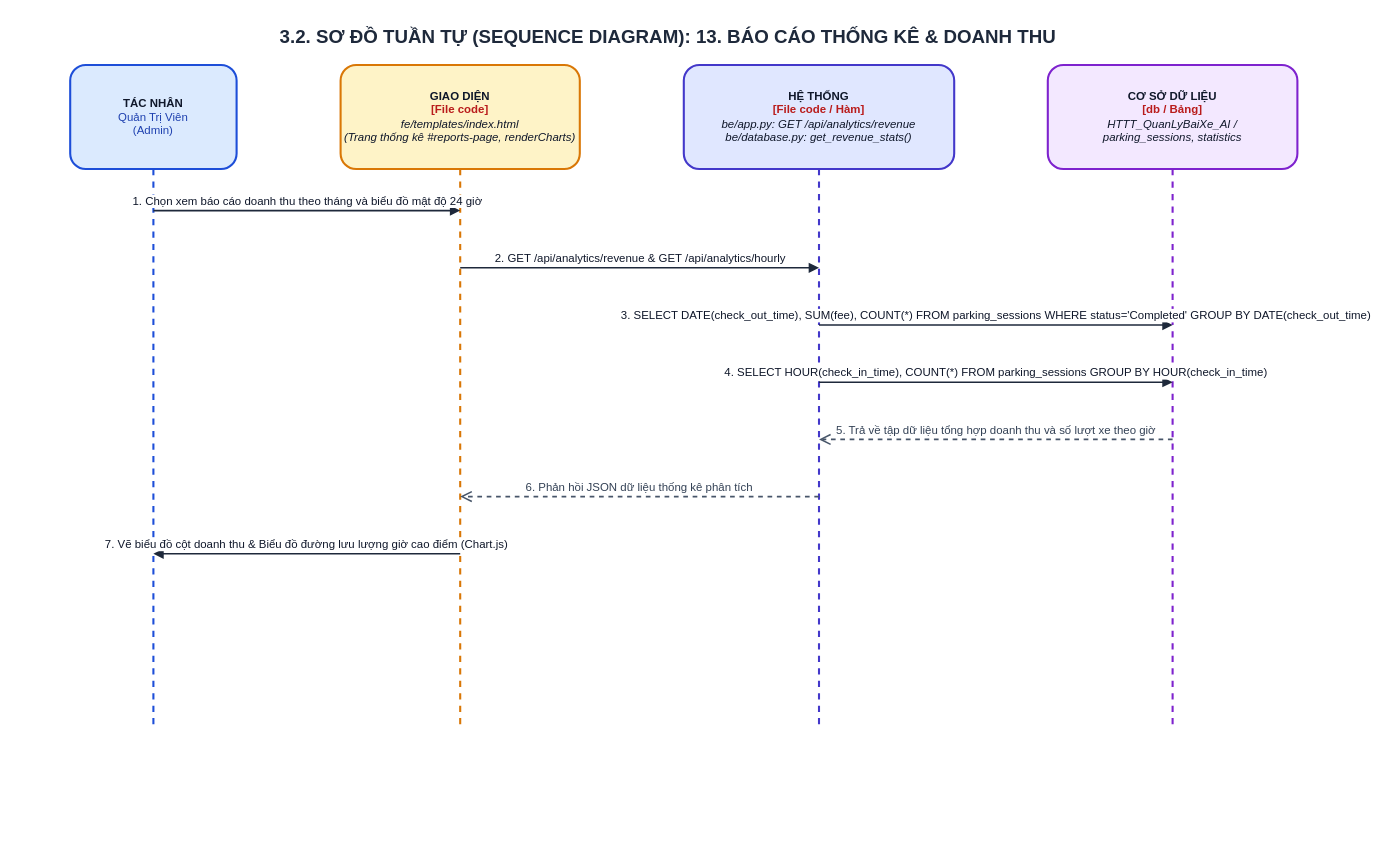
Truong027/CNPM24 keeps this draw.io diagram as ongthanquoctruong_24CT2_cnpm/docs/drawio/uc13_admin_analytics.drawio. Above is the earlier version. Source tidied: cells renumbered, new cells numbered last; positions are measured from the earlier drawing's top-left corner, leaving out a move shared by most shapes. Both pictures are drawn from the tidied source at 104%, with x=0, y=0 at pixel (18, 18).
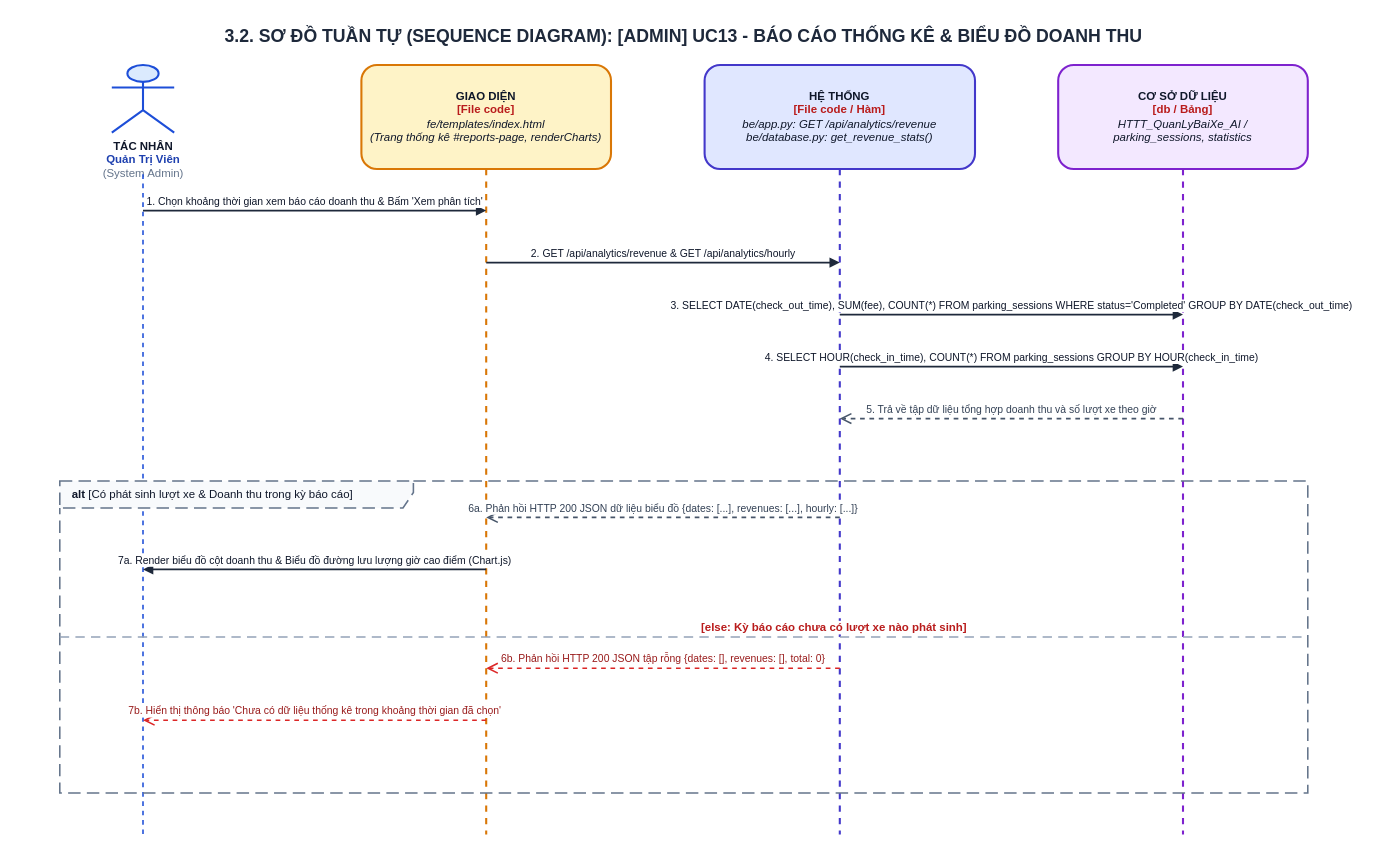
The same diagram, later.

The edit, as a diff of the source:
```diff
@@
-    <mxCell id="2" value="&lt;b&gt;3.2. SƠ ĐỒ TUẦN TỰ (SEQUENCE DIAGRAM): 13. BÁO CÁO THỐNG KÊ &amp; DOANH THU&lt;/b&gt;" style="text;html=1;strokeColor=none;fillColor=none;align=center;verticalAlign=middle;whiteSpace=wrap;rounded=0;fontSize=18;fontColor=#1E293B;fontStyle=1;" parent="1" vertex="1">
-      <mxGeometry width="1250" height="35" as="geometry" />
+    <mxCell id="2" value="&lt;b&gt;3.2. SƠ ĐỒ TUẦN TỰ (SEQUENCE DIAGRAM): [ADMIN] UC13 - BÁO CÁO THỐNG KÊ &amp; BIỂU ĐỒ DOANH THU&lt;/b&gt;" style="text;html=1;strokeColor=none;fillColor=none;align=center;verticalAlign=middle;whiteSpace=wrap;rounded=0;fontSize=17;fontColor=#1E293B;fontStyle=1;" parent="1" vertex="1">
+      <mxGeometry width="1280" height="35" as="geometry" />
     </mxCell>
+    <mxCell id="14" value="&lt;b&gt;TÁC NHÂN&lt;/b&gt;&lt;br/&gt;&lt;font color='#1E40AF'&gt;&lt;b&gt;Quản Trị Viên&lt;/b&gt;&lt;/font&gt;&lt;br/&gt;&lt;font color='#64748B'&gt;(System Admin)&lt;/font&gt;" style="shape=umlActor;verticalLabelPosition=bottom;verticalAlign=top;html=1;fillColor=#DBEAFE;strokeColor=#1D4ED8;strokeWidth=2;fontSize=11;fontColor=#0F172A;align=center;" parent="1" vertex="1">
+      <mxGeometry x="90" y="45" width="60" height="65" as="geometry" />
+    </mxCell>
-    <mxCell id="3" value="&lt;b&gt;TÁC NHÂN&lt;/b&gt;&lt;br/&gt;&lt;font color='#1E40AF'&gt;Quản Trị Viên&lt;br/&gt;(Admin)&lt;/font&gt;" style="shape=umlLifeline;perimeter=lifelinePerimeter;whiteSpace=wrap;html=1;size=100;fillColor=#DBEAFE;strokeColor=#1D4ED8;strokeWidth=2;fontColor=#0F172A;rounded=1;shadow=0;fontSize=11;align=center;" parent="1" vertex="1">
-      <mxGeometry x="50" y="45" width="160" height="640" as="geometry" />
+    <mxCell id="3" style="endArrow=none;dashed=1;html=1;strokeWidth=1.5;strokeColor=#1D4ED8;" parent="1" edge="1">
+      <mxGeometry relative="1" as="geometry">
+        <mxPoint x="120" y="150" as="sourcePoint" />
+        <mxPoint x="120" y="785" as="targetPoint" />
+      </mxGeometry>
     </mxCell>
     <mxCell id="4" value="&lt;b&gt;GIAO DIỆN&lt;/b&gt;&lt;br/&gt;&lt;font color='#B91C1C'&gt;&lt;b&gt;[File code]&lt;/b&gt;&lt;/font&gt;&lt;br/&gt;&lt;i&gt;fe/templates/index.html&lt;br/&gt;(Trang thống kê #reports-page, renderCharts)&lt;/i&gt;" style="shape=umlLifeline;perimeter=lifelinePerimeter;whiteSpace=wrap;html=1;size=100;fillColor=#FEF3C7;strokeColor=#D97706;strokeWidth=2;fontColor=#0F172A;rounded=1;shadow=0;fontSize=11;align=center;" parent="1" vertex="1">
-      <mxGeometry x="310" y="45" width="230" height="640" as="geometry" />
+      <mxGeometry x="330" y="45" width="240" height="740" as="geometry" />
     </mxCell>
     <mxCell id="5" value="&lt;b&gt;HỆ THỐNG&lt;/b&gt;&lt;br/&gt;&lt;font color='#B91C1C'&gt;&lt;b&gt;[File code / Hàm]&lt;/b&gt;&lt;/font&gt;&lt;br/&gt;&lt;i&gt;be/app.py: GET /api/analytics/revenue&lt;br/&gt;be/database.py: get_revenue_stats()&lt;/i&gt;" style="shape=umlLifeline;perimeter=lifelinePerimeter;whiteSpace=wrap;html=1;size=100;fillColor=#E0E7FF;strokeColor=#4338CA;strokeWidth=2;fontColor=#0F172A;rounded=1;shadow=0;fontSize=11;align=center;" parent="1" vertex="1">
-      <mxGeometry x="640" y="45" width="260" height="640" as="geometry" />
+      <mxGeometry x="660" y="45" width="260" height="740" as="geometry" />
     </mxCell>
     <mxCell id="6" value="&lt;b&gt;CƠ SỞ DỮ LIỆU&lt;/b&gt;&lt;br/&gt;&lt;font color='#B91C1C'&gt;&lt;b&gt;[db / Bảng]&lt;/b&gt;&lt;/font&gt;&lt;br/&gt;&lt;i&gt;HTTT_QuanLyBaiXe_AI /&lt;br/&gt;parking_sessions, statistics&lt;/i&gt;" style="shape=umlLifeline;perimeter=lifelinePerimeter;whiteSpace=wrap;html=1;size=100;fillColor=#F3E8FF;strokeColor=#7E22CE;strokeWidth=2;fontColor=#0F172A;rounded=1;shadow=0;fontSize=11;align=center;" parent="1" vertex="1">
-      <mxGeometry x="990" y="45" width="240" height="640" as="geometry" />
+      <mxGeometry x="1000" y="45" width="240" height="740" as="geometry" />
     </mxCell>
-    <mxCell id="7" value="1. Chọn xem báo cáo doanh thu theo tháng và biểu đồ mật độ 24 giờ" style="html=1;verticalAlign=bottom;endArrow=block;rounded=0;strokeColor=#1E293B;strokeWidth=1.5;fontColor=#0F172A;fontSize=11;" parent="1" edge="1">
-      <mxGeometry relative="1" as="geometry">
-        <mxPoint x="130" y="185" as="sourcePoint" />
-        <mxPoint x="425" y="185" as="targetPoint" />
-      </mxGeometry>
-    </mxCell>
+    <mxCell id="15" value="1. Chọn khoảng thời gian xem báo cáo doanh thu &amp; Bấm 'Xem phân tích'" style="html=1;verticalAlign=bottom;endArrow=block;rounded=0;strokeColor=#1E293B;strokeWidth=1.5;fontColor=#0F172A;fontSize=10;" parent="1" edge="1">
+      <mxGeometry relative="1" as="geometry">
+        <mxPoint x="120" y="185" as="sourcePoint" />
+        <mxPoint x="450" y="185" as="targetPoint" />
+      </mxGeometry>
+    </mxCell>
-    <mxCell id="8" value="2. GET /api/analytics/revenue &amp; GET /api/analytics/hourly" style="html=1;verticalAlign=bottom;endArrow=block;rounded=0;strokeColor=#1E293B;strokeWidth=1.5;fontColor=#0F172A;fontSize=11;" parent="1" edge="1">
+    <mxCell id="8" value="2. GET /api/analytics/revenue &amp; GET /api/analytics/hourly" style="html=1;verticalAlign=bottom;endArrow=block;rounded=0;strokeColor=#1E293B;strokeWidth=1.5;fontColor=#0F172A;fontSize=10;" parent="1" edge="1">
       <mxGeometry relative="1" as="geometry">
-        <mxPoint x="425" y="240" as="sourcePoint" />
-        <mxPoint x="770" y="240" as="targetPoint" />
+        <mxPoint x="450" y="235" as="sourcePoint" />
+        <mxPoint x="790" y="235" as="targetPoint" />
       </mxGeometry>
     </mxCell>
-    <mxCell id="9" value="3. SELECT DATE(check_out_time), SUM(fee), COUNT(*) FROM parking_sessions WHERE status='Completed' GROUP BY DATE(check_out_time)" style="html=1;verticalAlign=bottom;endArrow=block;rounded=0;strokeColor=#1E293B;strokeWidth=1.5;fontColor=#0F172A;fontSize=11;" parent="1" edge="1">
+    <mxCell id="9" value="3. SELECT DATE(check_out_time), SUM(fee), COUNT(*) FROM parking_sessions WHERE status='Completed' GROUP BY DATE(check_out_time)" style="html=1;verticalAlign=bottom;endArrow=block;rounded=0;strokeColor=#1E293B;strokeWidth=1.5;fontColor=#0F172A;fontSize=10;" parent="1" edge="1">
       <mxGeometry relative="1" as="geometry">
-        <mxPoint x="770" y="295" as="sourcePoint" />
-        <mxPoint x="1110" y="295" as="targetPoint" />
+        <mxPoint x="790" y="285" as="sourcePoint" />
+        <mxPoint x="1120" y="285" as="targetPoint" />
       </mxGeometry>
     </mxCell>
-    <mxCell id="10" value="4. SELECT HOUR(check_in_time), COUNT(*) FROM parking_sessions GROUP BY HOUR(check_in_time)" style="html=1;verticalAlign=bottom;endArrow=block;rounded=0;strokeColor=#1E293B;strokeWidth=1.5;fontColor=#0F172A;fontSize=11;" parent="1" edge="1">
+    <mxCell id="10" value="4. SELECT HOUR(check_in_time), COUNT(*) FROM parking_sessions GROUP BY HOUR(check_in_time)" style="html=1;verticalAlign=bottom;endArrow=block;rounded=0;strokeColor=#1E293B;strokeWidth=1.5;fontColor=#0F172A;fontSize=10;" parent="1" edge="1">
       <mxGeometry relative="1" as="geometry">
-        <mxPoint x="770" y="350" as="sourcePoint" />
-        <mxPoint x="1110" y="350" as="targetPoint" />
+        <mxPoint x="790" y="335" as="sourcePoint" />
+        <mxPoint x="1120" y="335" as="targetPoint" />
       </mxGeometry>
     </mxCell>
-    <mxCell id="11" value="5. Trả về tập dữ liệu tổng hợp doanh thu và số lượt xe theo giờ" style="html=1;verticalAlign=bottom;endArrow=open;dashed=1;endSize=8;rounded=0;strokeColor=#475569;strokeWidth=1.5;fontColor=#334155;fontSize=11;" parent="1" edge="1">
+    <mxCell id="11" value="5. Trả về tập dữ liệu tổng hợp doanh thu và số lượt xe theo giờ" style="html=1;verticalAlign=bottom;endArrow=open;dashed=1;endSize=8;rounded=0;strokeColor=#475569;strokeWidth=1.5;fontColor=#334155;fontSize=10;" parent="1" edge="1">
       <mxGeometry relative="1" as="geometry">
-        <mxPoint x="1110" y="405" as="sourcePoint" />
-        <mxPoint x="770" y="405" as="targetPoint" />
+        <mxPoint x="1120" y="385" as="sourcePoint" />
+        <mxPoint x="790" y="385" as="targetPoint" />
       </mxGeometry>
     </mxCell>
-    <mxCell id="12" value="6. Phản hồi JSON dữ liệu thống kê phân tích" style="html=1;verticalAlign=bottom;endArrow=open;dashed=1;endSize=8;rounded=0;strokeColor=#475569;strokeWidth=1.5;fontColor=#334155;fontSize=11;" parent="1" edge="1">
-      <mxGeometry relative="1" as="geometry">
-        <mxPoint x="770" y="460" as="sourcePoint" />
-        <mxPoint x="425" y="460" as="targetPoint" />
-      </mxGeometry>
-    </mxCell>
-    <mxCell id="13" value="7. Vẽ biểu đồ cột doanh thu &amp; Biểu đồ đường lưu lượng giờ cao điểm (Chart.js)" style="html=1;verticalAlign=bottom;endArrow=block;rounded=0;strokeColor=#1E293B;strokeWidth=1.5;fontColor=#0F172A;fontSize=11;" parent="1" edge="1">
-      <mxGeometry relative="1" as="geometry">
-        <mxPoint x="425" y="515" as="sourcePoint" />
-        <mxPoint x="130" y="515" as="targetPoint" />
-      </mxGeometry>
-    </mxCell>
+    <mxCell id="16" value="&lt;b&gt;alt&lt;/b&gt; [Có phát sinh lượt xe &amp; Doanh thu trong kỳ báo cáo]" style="shape=umlFrame;whiteSpace=wrap;html=1;width=340;height=26;dashed=1;dashPattern=8 4;strokeColor=#64748B;fillColor=#F8FAFC;strokeWidth=1.5;align=left;spacingLeft=10;verticalAlign=top;fontStyle=0;fontSize=11;fontColor=#0F172A;" parent="1" vertex="1">
+      <mxGeometry x="40" y="445" width="1200" height="300" as="geometry" />
+    </mxCell>
+    <mxCell id="17" value="6a. Phản hồi HTTP 200 JSON dữ liệu biểu đồ {dates: [...], revenues: [...], hourly: [...]}" style="html=1;verticalAlign=bottom;endArrow=open;dashed=1;endSize=8;rounded=0;strokeColor=#475569;strokeWidth=1.5;fontColor=#334155;fontSize=10;" parent="1" edge="1">
+      <mxGeometry relative="1" as="geometry">
+        <mxPoint x="790" y="480" as="sourcePoint" />
+        <mxPoint x="450" y="480" as="targetPoint" />
+      </mxGeometry>
+    </mxCell>
+    <mxCell id="18" value="7a. Render biểu đồ cột doanh thu &amp; Biểu đồ đường lưu lượng giờ cao điểm (Chart.js)" style="html=1;verticalAlign=bottom;endArrow=block;rounded=0;strokeColor=#1E293B;strokeWidth=1.5;fontColor=#0F172A;fontSize=10;" parent="1" edge="1">
+      <mxGeometry relative="1" as="geometry">
+        <mxPoint x="450" y="530" as="sourcePoint" />
+        <mxPoint x="120" y="530" as="targetPoint" />
+      </mxGeometry>
+    </mxCell>
+    <mxCell id="19" value="&lt;b&gt;[else: Kỳ báo cáo chưa có lượt xe nào phát sinh]&lt;/b&gt;" style="html=1;strokeWidth=1.5;strokeColor=#94A3B8;dashed=1;dashPattern=6 4;endArrow=none;align=left;verticalAlign=bottom;spacingLeft=15;fontColor=#B91C1C;fontSize=11;fontStyle=0;" parent="1" edge="1">
+      <mxGeometry relative="1" as="geometry">
+        <mxPoint x="40" y="595" as="sourcePoint" />
+        <mxPoint x="1240" y="595" as="targetPoint" />
+      </mxGeometry>
+    </mxCell>
+    <mxCell id="20" value="6b. Phản hồi HTTP 200 JSON tập rỗng {dates: [], revenues: [], total: 0}" style="html=1;verticalAlign=bottom;endArrow=open;dashed=1;endSize=8;rounded=0;strokeColor=#DC2626;strokeWidth=1.5;fontColor=#991B1B;fontSize=10;" parent="1" edge="1">
+      <mxGeometry relative="1" as="geometry">
+        <mxPoint x="790" y="625" as="sourcePoint" />
+        <mxPoint x="450" y="625" as="targetPoint" />
+      </mxGeometry>
+    </mxCell>
+    <mxCell id="21" value="7b. Hiển thị thông báo 'Chưa có dữ liệu thống kê trong khoảng thời gian đã chọn'" style="html=1;verticalAlign=bottom;endArrow=open;dashed=1;endSize=8;rounded=0;strokeColor=#DC2626;strokeWidth=1.5;fontColor=#991B1B;fontSize=10;" parent="1" edge="1">
+      <mxGeometry relative="1" as="geometry">
+        <mxPoint x="450" y="675" as="sourcePoint" />
+        <mxPoint x="120" y="675" as="targetPoint" />
+      </mxGeometry>
+    </mxCell>
```
